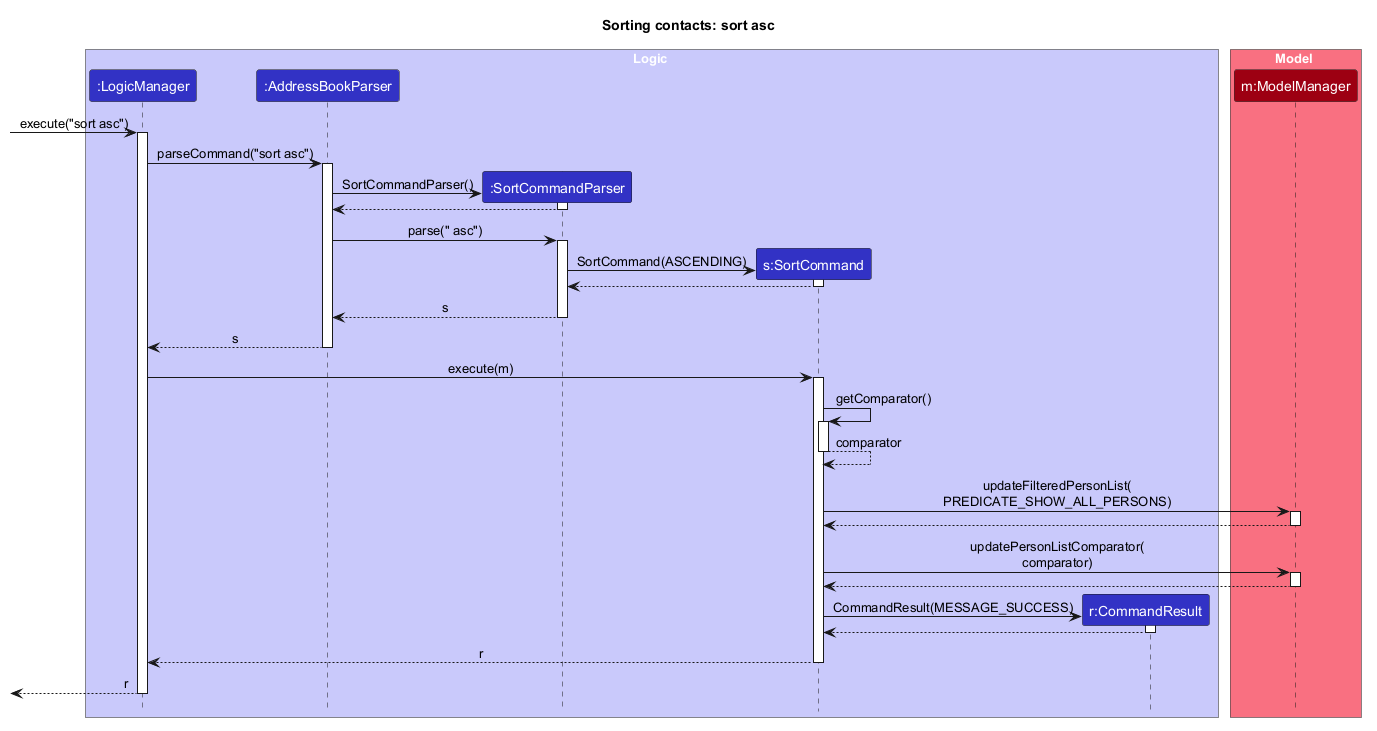
This is docs/images/SortSequenceDiagram.png from AY2627S1-CS2103T-W08-3/tp, a PlantUML export, as it was before one commit.
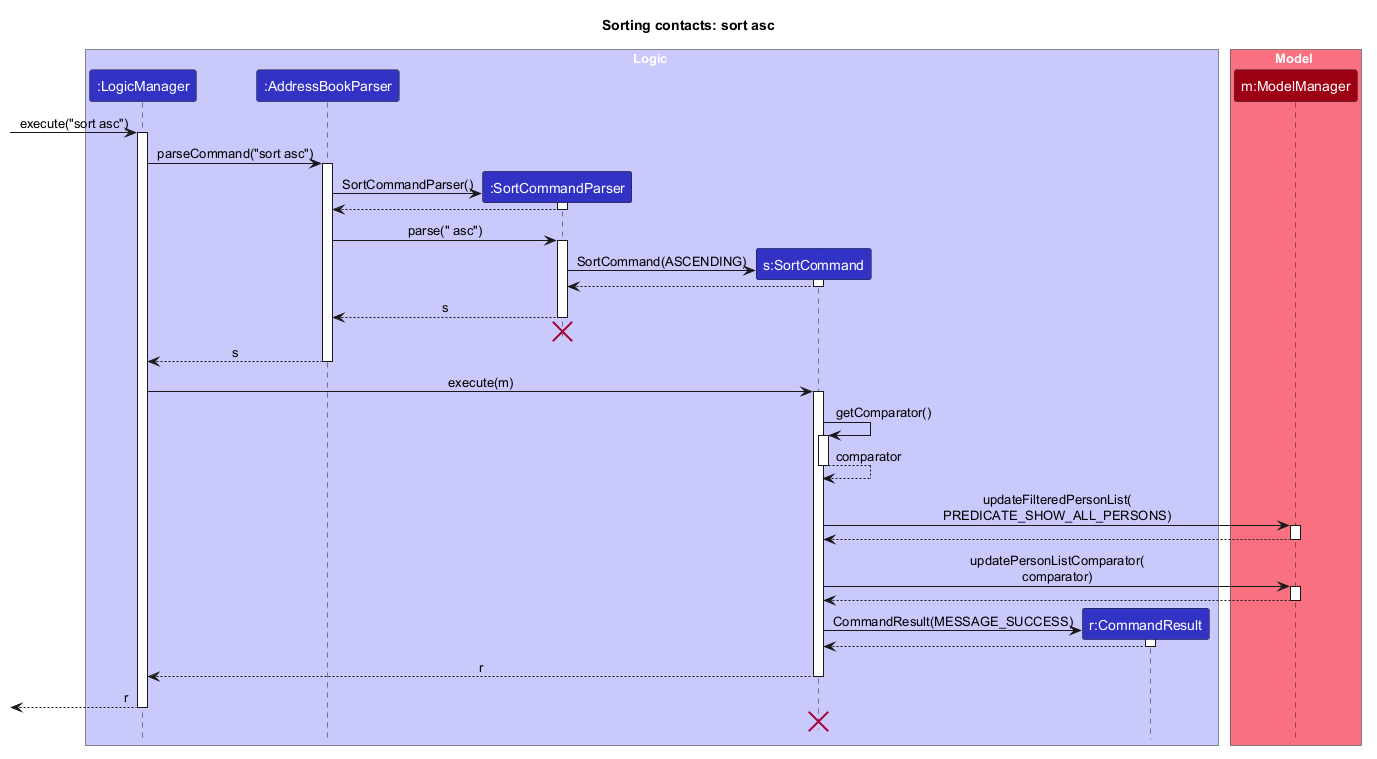
After the commit.

Commit message:
Clarify sort object lifetimes in sequence diagram

The edit, as a diff of the source:
```diff
@@ -42,6 +42,8 @@
 
 SortCommandParser --> AddressBookParser : s
 deactivate SortCommandParser
+SortCommandParser -[hidden]-> AddressBookParser
+destroy SortCommandParser
 
 AddressBookParser --> LogicManager : s
 deactivate AddressBookParser
@@ -75,5 +77,7 @@
 
 [<-- LogicManager : r
 deactivate LogicManager
+LogicManager -[hidden]-> SortCommand
+destroy SortCommand
 
 @enduml
```
